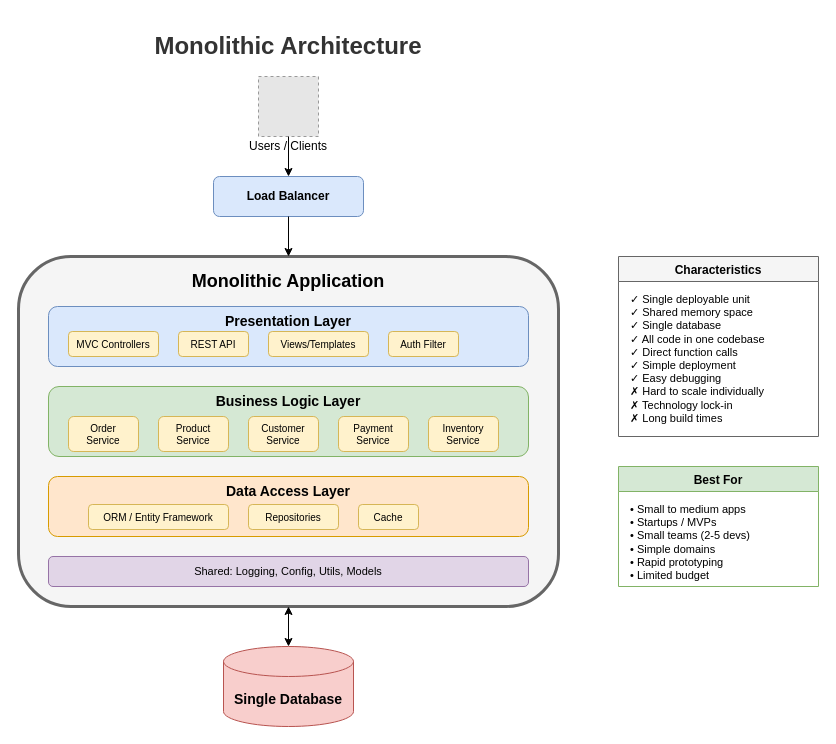
Above: lesson-01-software-design-architecture/diagrams/2.1-monolithic-architecture.drawio in MrParkerZ7/document-lesson-software-architect-x-claude (draw.io), before the change. Source tidied: cells renumbered, new cells numbered last; positions are measured from the earlier drawing's top-left corner, leaving out a move shared by most shapes. Both pictures are drawn from the tidied source at 100%, with x=0, y=0 at pixel (18, 26). Pictures stored in the file or linked from it are replaced by grey dashed boxes.
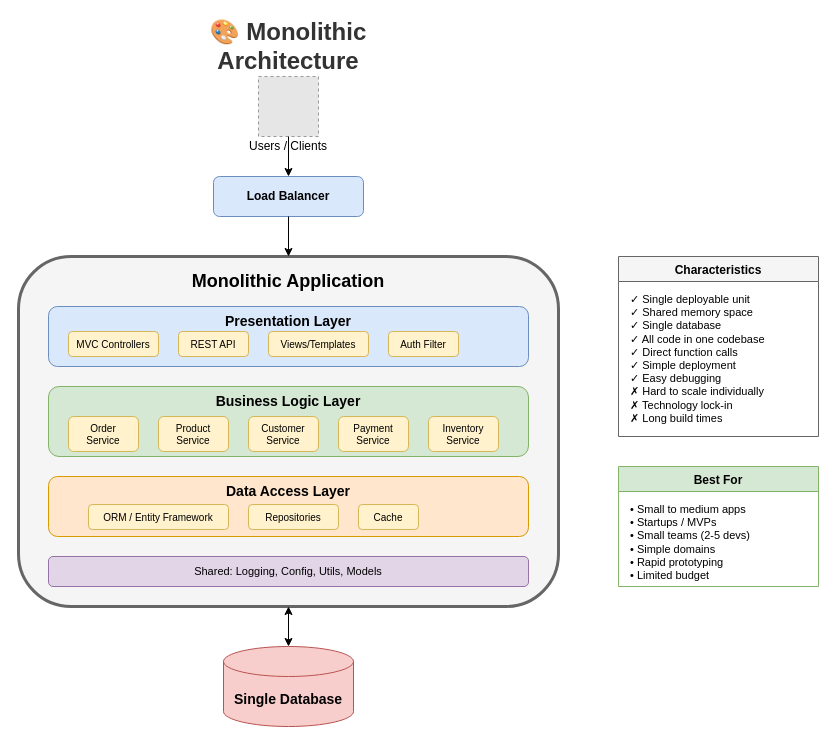
After the change.

The edit, as a diff of the source:
```diff
@@
-    <mxCell id="2" value="Monolithic Architecture" style="text;html=1;strokeColor=none;fillColor=none;align=center;verticalAlign=middle;whiteSpace=wrap;rounded=0;fontSize=24;fontStyle=1;fontColor=#333333;" parent="1" vertex="1">
+    <mxCell id="2" value="🎨 Monolithic Architecture" style="text;html=1;strokeColor=none;fillColor=none;align=center;verticalAlign=middle;whiteSpace=wrap;rounded=0;fontSize=24;fontStyle=1;fontColor=#333333;" parent="1" vertex="1">
       <mxGeometry x="120" width="300" height="40" as="geometry" />
     </mxCell>
```
